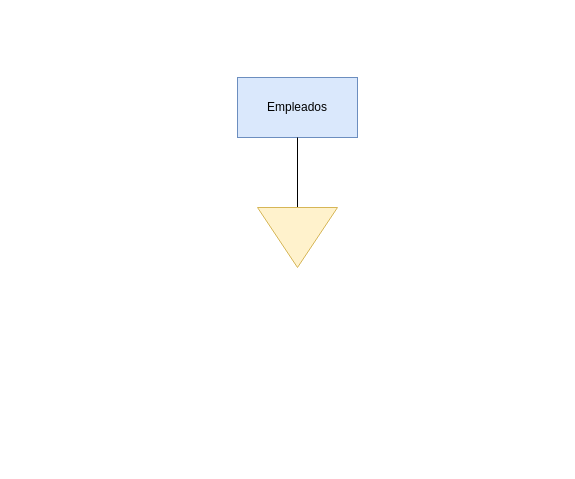
Before: tareas 1/Sistema Empresa Tecnología.drawio in GermanOjeda/base-datos, a draw.io diagram. Source tidied: cells renumbered, new cells numbered last; positions are measured from the earlier drawing's top-left corner, leaving out a move shared by most shapes. Both pictures are drawn from the tidied source at 100%, with x=0, y=0 at pixel (237, 77).
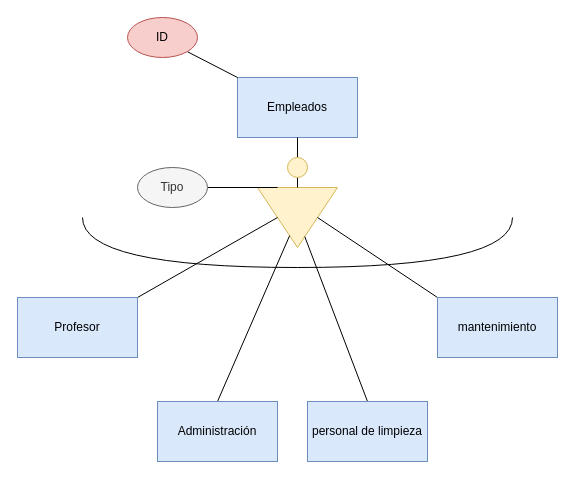
Above is the later version.

The change refers to these unchanged cells:
```xml
<mxCell id="2" value="&lt;div&gt;Empleados&lt;/div&gt;" style="rounded=0;whiteSpace=wrap;html=1;fillColor=#dae8fc;strokeColor=#6c8ebf;" parent="1" vertex="1">
  <mxGeometry width="120" height="60" as="geometry" />
</mxCell>
```

What changed in the source:
```diff
@@
-    <mxCell id="3" style="rounded=0;jettySize=auto;html=1;entryX=0.5;entryY=1;entryDx=0;entryDy=0;endArrow=none;endFill=0;" parent="1" edge="1" source="4" target="2">
+    <mxCell id="3" style="rounded=0;jettySize=auto;html=1;entryX=0.5;entryY=1;entryDx=0;entryDy=0;endArrow=none;endFill=0;" parent="1" edge="1" source="6" target="2">
       <mxGeometry relative="1" as="geometry" />
     </mxCell>
     <mxCell id="4" style="triangle;whiteSpace=wrap;html=1;rotation=90;fillColor=#fff2cc;strokeColor=#d6b656;" parent="1" vertex="1">
-      <mxGeometry x="30" y="120" width="60" height="80" as="geometry" />
+      <mxGeometry x="30" y="100" width="60" height="80" as="geometry" />
     </mxCell>
+    <mxCell id="5" style="rounded=0;jettySize=auto;html=1;entryX=0.5;entryY=1;entryDx=0;entryDy=0;endArrow=none;endFill=0;" parent="1" edge="1" source="4" target="6">
+      <mxGeometry relative="1" as="geometry" />
+    </mxCell>
+    <mxCell id="6" style="ellipse;whiteSpace=wrap;html=1;fillColor=#fff2cc;strokeColor=#d6b656;" parent="1" vertex="1">
+      <mxGeometry x="50" y="80" width="20" height="20" as="geometry" />
+    </mxCell>
+    <mxCell id="7" style="rounded=0;jettySize=auto;html=1;exitX=1;exitY=0;exitDx=0;exitDy=0;entryX=0.5;entryY=1;entryDx=0;entryDy=0;endArrow=none;endFill=0;" parent="1" edge="1" source="8" target="4">
+      <mxGeometry relative="1" as="geometry" />
+    </mxCell>
+    <mxCell id="8" value="Profesor" style="rounded=0;whiteSpace=wrap;html=1;fillColor=#dae8fc;strokeColor=#6c8ebf;" parent="1" vertex="1">
+      <mxGeometry x="-220" y="220" width="120" height="60" as="geometry" />
+    </mxCell>
+    <mxCell id="9" style="rounded=0;jettySize=auto;html=1;exitX=0.5;exitY=0;exitDx=0;exitDy=0;endArrow=none;endFill=0;" parent="1" edge="1" source="10" target="4">
+      <mxGeometry relative="1" as="geometry" />
+    </mxCell>
+    <mxCell id="10" value="Administración" style="rounded=0;whiteSpace=wrap;html=1;fillColor=#dae8fc;strokeColor=#6c8ebf;" parent="1" vertex="1">
+      <mxGeometry x="-80" y="324" width="120" height="60" as="geometry" />
+    </mxCell>
+    <mxCell id="11" style="rounded=0;jettySize=auto;html=1;exitX=0.5;exitY=0;exitDx=0;exitDy=0;endArrow=none;endFill=0;" parent="1" edge="1" source="12" target="4">
+      <mxGeometry relative="1" as="geometry" />
+    </mxCell>
+    <mxCell id="12" value="personal de limpieza" style="rounded=0;whiteSpace=wrap;html=1;fillColor=#dae8fc;strokeColor=#6c8ebf;" parent="1" vertex="1">
+      <mxGeometry x="70" y="324" width="120" height="60" as="geometry" />
+    </mxCell>
+    <mxCell id="13" style="rounded=0;jettySize=auto;html=1;exitX=0;exitY=0;exitDx=0;exitDy=0;entryX=0.5;entryY=0;entryDx=0;entryDy=0;endArrow=none;endFill=0;" parent="1" edge="1" source="14" target="4">
+      <mxGeometry relative="1" as="geometry" />
+    </mxCell>
+    <mxCell id="14" value="mantenimiento" style="rounded=0;whiteSpace=wrap;html=1;fillColor=#dae8fc;strokeColor=#6c8ebf;" parent="1" vertex="1">
+      <mxGeometry x="200" y="220" width="120" height="60" as="geometry" />
+    </mxCell>
+    <mxCell id="15" style="rounded=0;jettySize=auto;html=1;exitX=1;exitY=0.5;exitDx=0;exitDy=0;entryX=0;entryY=0.75;entryDx=0;entryDy=0;endArrow=none;endFill=0;" parent="1" edge="1" source="16" target="4">
+      <mxGeometry relative="1" as="geometry" />
+    </mxCell>
+    <mxCell id="16" value="Tipo" style="ellipse;whiteSpace=wrap;html=1;fillColor=#f5f5f5;strokeColor=#666666;fontColor=#333333;" parent="1" vertex="1">
+      <mxGeometry x="-100" y="90" width="70" height="40" as="geometry" />
+    </mxCell>
+    <mxCell id="17" style="rounded=0;jettySize=auto;html=1;exitX=1;exitY=1;exitDx=0;exitDy=0;entryX=0;entryY=0;entryDx=0;entryDy=0;endArrow=none;endFill=0;" parent="1" edge="1" source="18" target="2">
+      <mxGeometry relative="1" as="geometry" />
+    </mxCell>
+    <mxCell id="18" value="ID" style="ellipse;whiteSpace=wrap;html=1;fillColor=#f8cecc;strokeColor=#b85450;" parent="1" vertex="1">
+      <mxGeometry x="-110" y="-60" width="70" height="40" as="geometry" />
+    </mxCell>
+    <mxCell id="19" style="endArrow=none;html=1;rounded=0;edgeStyle=orthogonalEdgeStyle;curved=1;" parent="1" edge="1">
+      <mxGeometry relative="1" as="geometry">
+        <mxPoint x="-155" y="140" as="sourcePoint" />
+        <mxPoint x="275" y="140" as="targetPoint" />
+        <Array as="points">
+          <mxPoint x="-155" y="190" />
+          <mxPoint x="275" y="190" />
+        </Array>
+      </mxGeometry>
+    </mxCell>
```
